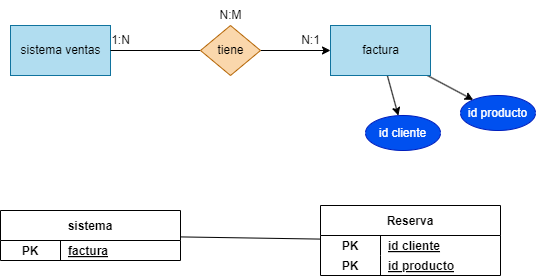
Earlier version of the draw.io export BAE/Tareas/Unidad2/Images/Ejercicio23.drawio.png (ResetMeNow/DAW). Source tidied: cells renumbered, new cells last; positions are measured from the earlier drawing's top-left corner, leaving out a move shared by most shapes.
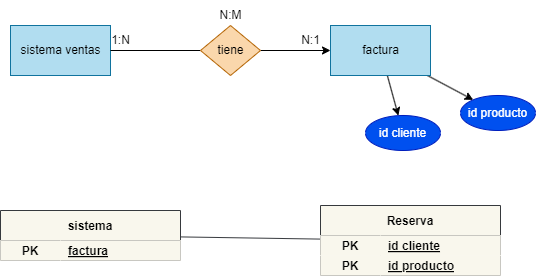
After the commit.

The edit, as a diff of the source:
```diff
@@ -2,28 +2,28 @@
   <root>
     <mxCell id="0" />
     <mxCell id="1" parent="0" />
-    <mxCell id="2" style="edgeStyle=none;html=1;endArrow=none;endFill=0;" parent="1" edge="1" source="3" target="20">
+    <mxCell id="2" style="edgeStyle=none;html=1;endArrow=none;endFill=0;fillColor=#f9f7ed;strokeColor=#36393d;" parent="1" edge="1" source="3" target="20">
       <mxGeometry relative="1" as="geometry" />
     </mxCell>
-    <mxCell id="3" value="Reserva" style="shape=table;startSize=30;rowLines=0;fontStyle=1;align=center;" parent="1" vertex="1">
+    <mxCell id="3" value="Reserva" style="shape=table;startSize=30;rowLines=0;fontStyle=1;align=center;fillColor=#f9f7ed;strokeColor=#36393d;" parent="1" vertex="1">
       <mxGeometry x="320" y="205" width="180" height="70" as="geometry" />
     </mxCell>
-    <mxCell id="4" style="shape=tableRow;horizontal=0;startSize=0;swimlaneHead=0;swimlaneBody=0;fillColor=none;top=0;left=0;right=0;bottom=0;" parent="3" vertex="1">
+    <mxCell id="4" style="shape=tableRow;horizontal=0;startSize=0;swimlaneHead=0;swimlaneBody=0;fillColor=#f9f7ed;top=0;left=0;right=0;bottom=0;strokeColor=#36393d;" parent="3" vertex="1">
       <mxGeometry y="30" width="180" height="20" as="geometry" />
     </mxCell>
-    <mxCell id="5" value="PK" style="shape=partialRectangle;fillColor=none;top=0;left=0;bottom=0;right=0;fontStyle=1;overflow=hidden;" parent="4" vertex="1">
+    <mxCell id="5" value="PK" style="shape=partialRectangle;fillColor=#f9f7ed;top=0;left=0;bottom=0;right=0;fontStyle=1;overflow=hidden;strokeColor=#36393d;" parent="4" vertex="1">
       <mxGeometry width="60" height="20" as="geometry" />
     </mxCell>
-    <mxCell id="6" value="id cliente" style="shape=partialRectangle;fillColor=none;top=0;left=0;bottom=0;right=0;align=left;spacingLeft=6;fontStyle=5;overflow=hidden;" parent="4" vertex="1">
+    <mxCell id="6" value="id cliente" style="shape=partialRectangle;fillColor=#f9f7ed;top=0;left=0;bottom=0;right=0;align=left;spacingLeft=6;fontStyle=5;overflow=hidden;strokeColor=#36393d;" parent="4" vertex="1">
       <mxGeometry x="60" width="120" height="20" as="geometry" />
     </mxCell>
-    <mxCell id="7" style="shape=tableRow;horizontal=0;startSize=0;swimlaneHead=0;swimlaneBody=0;fillColor=none;top=0;left=0;right=0;bottom=0;" parent="3" vertex="1">
+    <mxCell id="7" style="shape=tableRow;horizontal=0;startSize=0;swimlaneHead=0;swimlaneBody=0;fillColor=#f9f7ed;top=0;left=0;right=0;bottom=0;strokeColor=#36393d;" parent="3" vertex="1">
       <mxGeometry y="50" width="180" height="20" as="geometry" />
     </mxCell>
-    <mxCell id="8" value="PK" style="shape=partialRectangle;fillColor=none;top=0;left=0;bottom=0;right=0;fontStyle=1;overflow=hidden;" parent="7" vertex="1">
+    <mxCell id="8" value="PK" style="shape=partialRectangle;fillColor=#f9f7ed;top=0;left=0;bottom=0;right=0;fontStyle=1;overflow=hidden;strokeColor=#36393d;" parent="7" vertex="1">
       <mxGeometry width="60" height="20" as="geometry" />
     </mxCell>
-    <mxCell id="9" value="id producto" style="shape=partialRectangle;fillColor=none;top=0;left=0;bottom=0;right=0;align=left;spacingLeft=6;fontStyle=5;overflow=hidden;" parent="7" vertex="1">
+    <mxCell id="9" value="id producto" style="shape=partialRectangle;fillColor=#f9f7ed;top=0;left=0;bottom=0;right=0;align=left;spacingLeft=6;fontStyle=5;overflow=hidden;strokeColor=#36393d;" parent="7" vertex="1">
       <mxGeometry x="60" width="120" height="20" as="geometry" />
     </mxCell>
     <mxCell id="10" value="sistema ventas" style="html=1;dashed=0;whitespace=wrap;fillColor=#b1ddf0;strokeColor=#10739e;" parent="1" vertex="1">
@@ -56,16 +56,16 @@
     <mxCell id="19" value="N:M" style="text;html=1;align=center;verticalAlign=middle;strokeColor=none;fillColor=none;" parent="1" vertex="1">
       <mxGeometry x="205" width="50" height="30" as="geometry" />
     </mxCell>
-    <mxCell id="20" value="sistema" style="shape=table;startSize=30;rowLines=0;fontStyle=1;align=center;" parent="1" vertex="1">
+    <mxCell id="20" value="sistema" style="shape=table;startSize=30;rowLines=0;fontStyle=1;align=center;fillColor=#f9f7ed;strokeColor=#36393d;" parent="1" vertex="1">
       <mxGeometry y="210" width="180" height="50" as="geometry" />
     </mxCell>
-    <mxCell id="21" style="shape=tableRow;horizontal=0;startSize=0;swimlaneHead=0;swimlaneBody=0;fillColor=none;top=0;left=0;right=0;bottom=0;" parent="20" vertex="1">
+    <mxCell id="21" style="shape=tableRow;horizontal=0;startSize=0;swimlaneHead=0;swimlaneBody=0;fillColor=#f9f7ed;top=0;left=0;right=0;bottom=0;strokeColor=#36393d;" parent="20" vertex="1">
       <mxGeometry y="30" width="180" height="20" as="geometry" />
     </mxCell>
-    <mxCell id="22" value="PK" style="shape=partialRectangle;fillColor=none;top=0;left=0;bottom=0;right=0;fontStyle=1;overflow=hidden;" parent="21" vertex="1">
+    <mxCell id="22" value="PK" style="shape=partialRectangle;fillColor=#f9f7ed;top=0;left=0;bottom=0;right=0;fontStyle=1;overflow=hidden;strokeColor=#36393d;" parent="21" vertex="1">
       <mxGeometry width="60" height="20" as="geometry" />
     </mxCell>
-    <mxCell id="23" value="factura" style="shape=partialRectangle;fillColor=none;top=0;left=0;bottom=0;right=0;align=left;spacingLeft=6;fontStyle=5;overflow=hidden;" parent="21" vertex="1">
+    <mxCell id="23" value="factura" style="shape=partialRectangle;fillColor=#f9f7ed;top=0;left=0;bottom=0;right=0;align=left;spacingLeft=6;fontStyle=5;overflow=hidden;strokeColor=#36393d;" parent="21" vertex="1">
       <mxGeometry x="60" width="120" height="20" as="geometry" />
     </mxCell>
     <mxCell id="24" value="id cliente" style="ellipse;whiteSpace=wrap;html=1;fillColor=#0050ef;strokeColor=#001DBC;dashed=0;fontColor=#ffffff;" parent="1" vertex="1">
```
